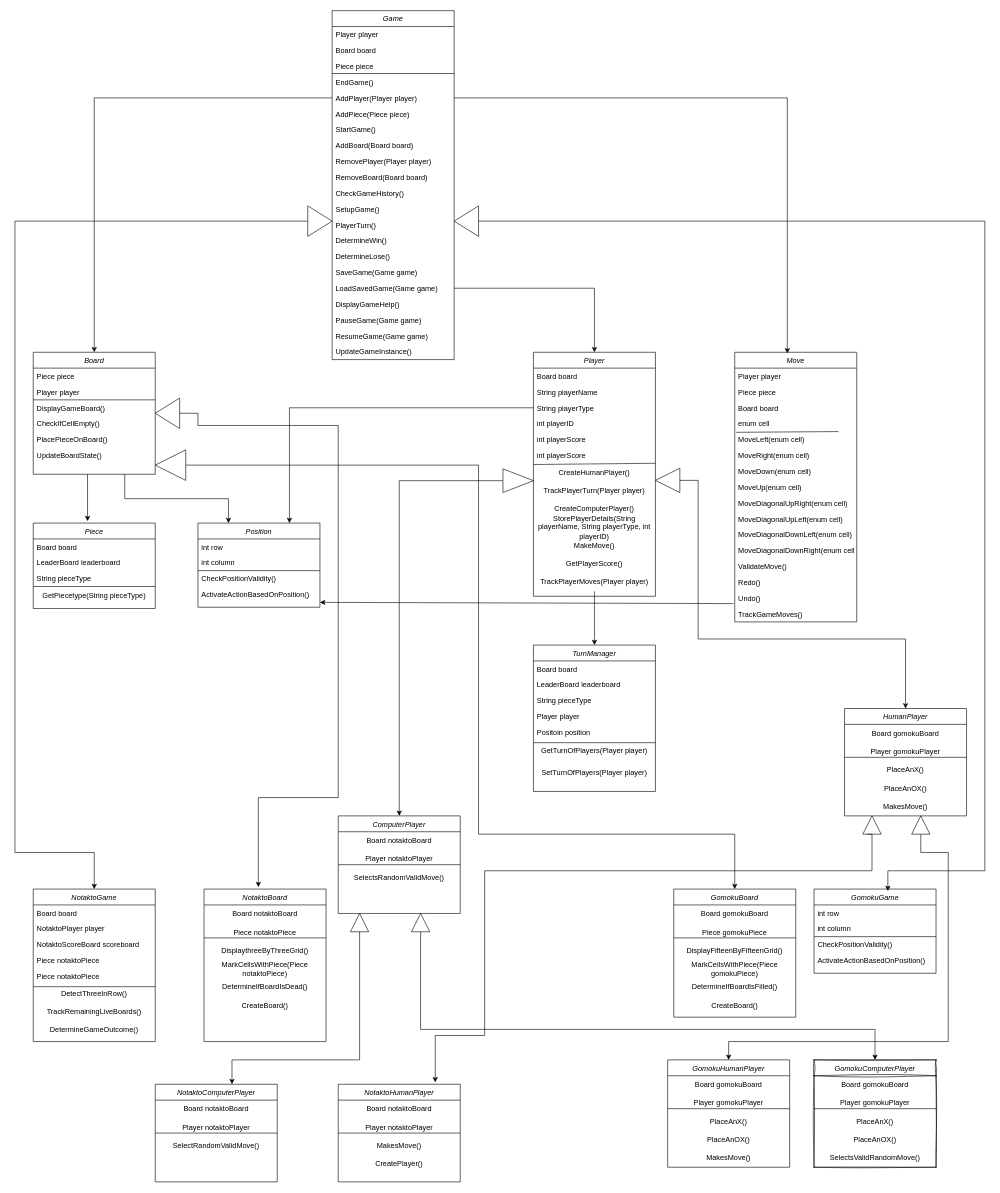
The draw.io diagram Class Diagram.drawio in Scott2020747/IFN563_Project, before the edit. Source tidied: cells renumbered, new cells numbered last; positions are measured from the earlier drawing's top-left corner, leaving out a move shared by most shapes. Both pictures are drawn from the tidied source at 61%, with x=0, y=0 at pixel (15, 10).
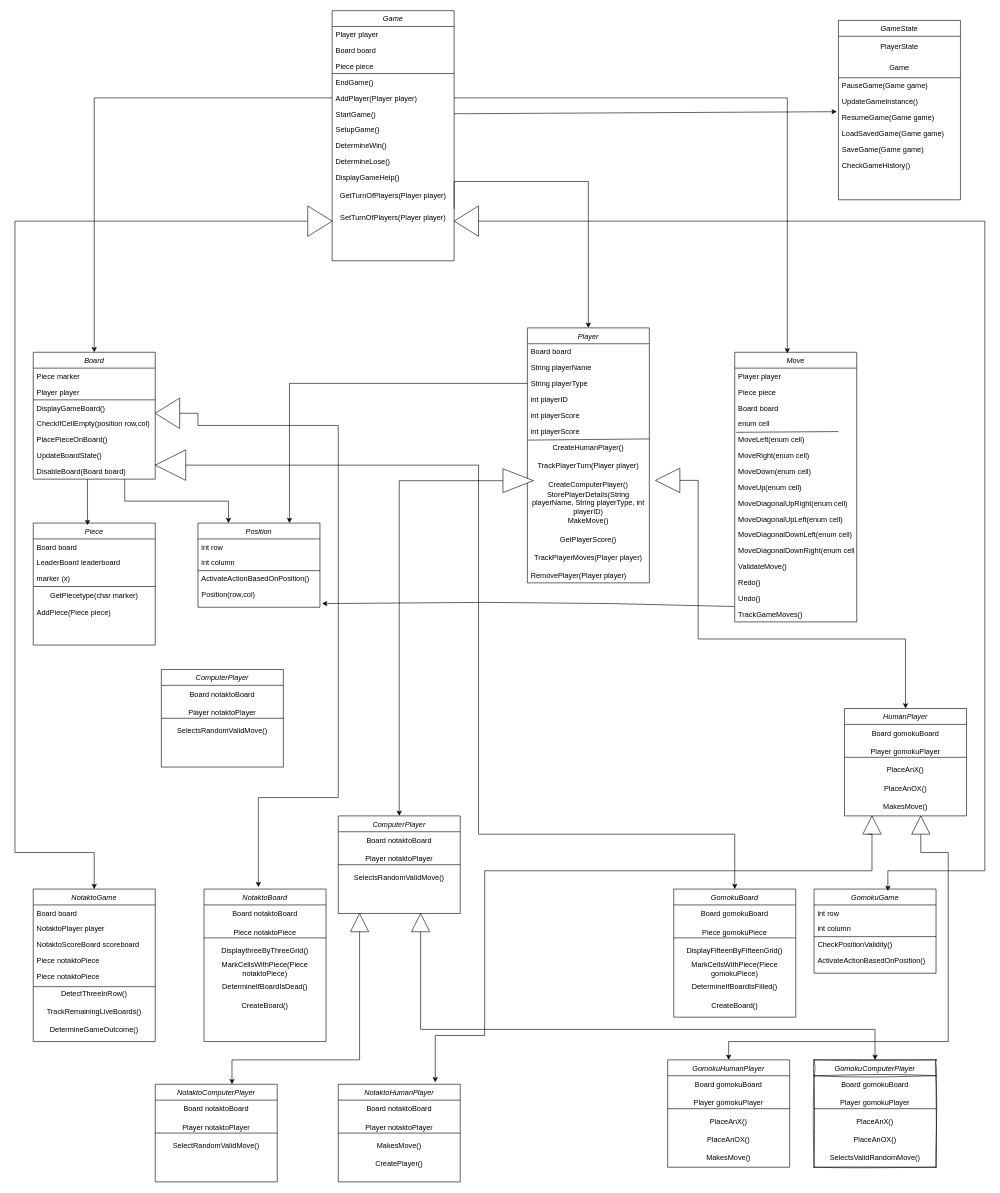
The same page after the edit.

Unchanged cells that the change refers to:
```xml
<mxCell id="39" value="TrackPlayerMoves(Player player)" style="text;html=1;align=center;verticalAlign=middle;whiteSpace=wrap;rounded=0;" parent="25" vertex="1">
  <mxGeometry y="362" width="200" height="30" as="geometry" />
</mxCell>
<mxCell id="70" value="Undo()" style="text;align=left;verticalAlign=top;spacingLeft=4;spacingRight=4;overflow=hidden;points=[[0,0.5],[1,0.5]];portConstraint=eastwest;" parent="55" vertex="1">
  <mxGeometry y="390" width="200" height="26" as="geometry" />
</mxCell>
<mxCell id="71" value="TrackGameMoves()" style="text;align=left;verticalAlign=top;spacingLeft=4;spacingRight=4;overflow=hidden;points=[[0,0.5],[1,0.5]];portConstraint=eastwest;" parent="55" vertex="1">
  <mxGeometry y="416" width="200" height="26" as="geometry" />
</mxCell>
<mxCell id="82" value="Position" style="swimlane;fontStyle=2;align=center;verticalAlign=top;horizontal=1;startSize=26;rounded=0;shadow=0;strokeWidth=1;" parent="1" vertex="1">
  <mxGeometry x="300" y="840" width="200" height="138" as="geometry" />
</mxCell>
```

The edit, as a diff of the source:
```diff
@@
     <mxCell id="2" value="Game" style="swimlane;fontStyle=2;align=center;verticalAlign=top;horizontal=1;startSize=26;rounded=0;shadow=0;strokeWidth=1;" parent="1" vertex="1">
-      <mxGeometry x="520" width="200" height="572" as="geometry" />
+      <mxGeometry x="520" width="200" height="410" as="geometry" />
     </mxCell>
@@
-    <mxCell id="8" value="AddPiece(Piece piece)" style="text;align=left;verticalAlign=top;spacingLeft=4;spacingRight=4;overflow=hidden;" parent="2" vertex="1">
-      <mxGeometry y="156" width="200" height="26" as="geometry" />
-    </mxCell>
     <mxCell id="9" value="StartGame()" style="text;align=left;verticalAlign=top;spacingLeft=4;spacingRight=4;overflow=hidden;points=[[0,0.5],[1,0.5]];portConstraint=eastwest;" parent="2" vertex="1">
-      <mxGeometry y="182" width="200" height="26" as="geometry" />
+      <mxGeometry y="156" width="200" height="26" as="geometry" />
     </mxCell>
-    <mxCell id="10" value="AddBoard(Board board)" style="text;align=left;verticalAlign=top;spacingLeft=4;spacingRight=4;overflow=hidden;" parent="2" vertex="1">
-      <mxGeometry y="208" width="200" height="26" as="geometry" />
-    </mxCell>
-    <mxCell id="11" value="RemovePlayer(Player player)" style="text;align=left;verticalAlign=top;spacingLeft=4;spacingRight=4;overflow=hidden;" parent="2" vertex="1">
-      <mxGeometry y="234" width="200" height="26" as="geometry" />
-    </mxCell>
-    <mxCell id="12" value="RemoveBoard(Board board)" style="text;align=left;verticalAlign=top;spacingLeft=4;spacingRight=4;overflow=hidden;" parent="2" vertex="1">
-      <mxGeometry y="260" width="200" height="26" as="geometry" />
-    </mxCell>
-    <mxCell id="13" value="CheckGameHistory()" style="text;align=left;verticalAlign=top;spacingLeft=4;spacingRight=4;overflow=hidden;" parent="2" vertex="1">
-      <mxGeometry y="286" width="200" height="26" as="geometry" />
-    </mxCell>
     <mxCell id="14" value="SetupGame()" style="text;align=left;verticalAlign=top;spacingLeft=4;spacingRight=4;overflow=hidden;" parent="2" vertex="1">
-      <mxGeometry y="312" width="200" height="26" as="geometry" />
+      <mxGeometry y="182" width="200" height="26" as="geometry" />
     </mxCell>
-    <mxCell id="15" value="PlayerTurn()" style="text;align=left;verticalAlign=top;spacingLeft=4;spacingRight=4;overflow=hidden;" parent="2" vertex="1">
-      <mxGeometry y="338" width="200" height="26" as="geometry" />
-    </mxCell>
     <mxCell id="16" value="DetermineWin()" style="text;align=left;verticalAlign=top;spacingLeft=4;spacingRight=4;overflow=hidden;" parent="2" vertex="1">
-      <mxGeometry y="364" width="200" height="26" as="geometry" />
+      <mxGeometry y="208" width="200" height="26" as="geometry" />
     </mxCell>
     <mxCell id="17" value="DetermineLose()" style="text;align=left;verticalAlign=top;spacingLeft=4;spacingRight=4;overflow=hidden;" parent="2" vertex="1">
-      <mxGeometry y="390" width="200" height="26" as="geometry" />
+      <mxGeometry y="234" width="200" height="26" as="geometry" />
     </mxCell>
-    <mxCell id="18" value="SaveGame(Game game)" style="text;align=left;verticalAlign=top;spacingLeft=4;spacingRight=4;overflow=hidden;" parent="2" vertex="1">
-      <mxGeometry y="416" width="200" height="26" as="geometry" />
-    </mxCell>
-    <mxCell id="19" value="LoadSavedGame(Game game)" style="text;align=left;verticalAlign=top;spacingLeft=4;spacingRight=4;overflow=hidden;points=[[0,0.5],[1,0.5]];portConstraint=eastwest;" parent="2" vertex="1">
-      <mxGeometry y="442" width="200" height="26" as="geometry" />
-    </mxCell>
     <mxCell id="20" value="DisplayGameHelp()" style="text;align=left;verticalAlign=top;spacingLeft=4;spacingRight=4;overflow=hidden;" parent="2" vertex="1">
-      <mxGeometry y="468" width="200" height="26" as="geometry" />
+      <mxGeometry y="260" width="200" height="26" as="geometry" />
     </mxCell>
-    <mxCell id="21" value="PauseGame(Game game)" style="text;align=left;verticalAlign=top;spacingLeft=4;spacingRight=4;overflow=hidden;" parent="2" vertex="1">
-      <mxGeometry y="494" width="200" height="26" as="geometry" />
-    </mxCell>
-    <mxCell id="22" value="ResumeGame(Game game)" style="text;align=left;verticalAlign=top;spacingLeft=4;spacingRight=4;overflow=hidden;points=[[0,0.5],[1,0.5]];portConstraint=eastwest;" parent="2" vertex="1">
-      <mxGeometry y="520" width="200" height="26" as="geometry" />
-    </mxCell>
-    <mxCell id="23" value="UpdateGameInstance()" style="text;align=left;verticalAlign=top;spacingLeft=4;spacingRight=4;overflow=hidden;" parent="2" vertex="1">
-      <mxGeometry y="546" width="200" height="26" as="geometry" />
-    </mxCell>
+    <mxCell id="80" value="GetTurnOfPlayers(Player player)" style="text;html=1;align=center;verticalAlign=middle;whiteSpace=wrap;rounded=0;" parent="2" vertex="1">
+      <mxGeometry y="286" width="200" height="36" as="geometry" />
+    </mxCell>
+    <mxCell id="81" value="SetTurnOfPlayers(Player player)" style="text;html=1;align=center;verticalAlign=middle;whiteSpace=wrap;rounded=0;" parent="2" vertex="1">
+      <mxGeometry y="322" width="200" height="36" as="geometry" />
+    </mxCell>
@@
     <mxCell id="25" value="Player" style="swimlane;fontStyle=2;align=center;verticalAlign=top;horizontal=1;startSize=26;rounded=0;shadow=0;strokeWidth=1;" parent="1" vertex="1">
-      <mxGeometry x="850" y="560" width="200" height="400" as="geometry" />
+      <mxGeometry x="840" y="520" width="200" height="418" as="geometry" />
     </mxCell>
@@
+    <mxCell id="11" value="RemovePlayer(Player player)" style="text;align=left;verticalAlign=top;spacingLeft=4;spacingRight=4;overflow=hidden;" parent="25" vertex="1">
+      <mxGeometry y="392" width="200" height="26" as="geometry" />
+    </mxCell>
@@
     <mxCell id="41" value="Board" style="swimlane;fontStyle=2;align=center;verticalAlign=top;horizontal=1;startSize=26;rounded=0;shadow=0;strokeWidth=1;" parent="1" vertex="1">
-      <mxGeometry x="30" y="560" width="200" height="200" as="geometry" />
+      <mxGeometry x="30" y="560" width="200" height="208" as="geometry" />
     </mxCell>
-    <mxCell id="42" value="Piece piece" style="text;align=left;verticalAlign=top;spacingLeft=4;spacingRight=4;overflow=hidden;" parent="41" vertex="1">
+    <mxCell id="42" value="Piece marker" style="text;align=left;verticalAlign=top;spacingLeft=4;spacingRight=4;overflow=hidden;" parent="41" vertex="1">
       <mxGeometry y="26" width="200" height="26" as="geometry" />
     </mxCell>
@@
-    <mxCell id="46" value="CheckIfCellEmpty()" style="text;align=left;verticalAlign=top;spacingLeft=4;spacingRight=4;overflow=hidden;" parent="41" vertex="1">
+    <mxCell id="46" value="CheckIfCellEmpty(position row,col)" style="text;align=left;verticalAlign=top;spacingLeft=4;spacingRight=4;overflow=hidden;" parent="41" vertex="1">
       <mxGeometry y="104" width="200" height="26" as="geometry" />
     </mxCell>
@@
+    <mxCell id="12" value="DisableBoard(Board board)" style="text;align=left;verticalAlign=top;spacingLeft=4;spacingRight=4;overflow=hidden;" parent="41" vertex="1">
+      <mxGeometry y="182" width="200" height="26" as="geometry" />
+    </mxCell>
     <mxCell id="49" value="Piece" style="swimlane;fontStyle=2;align=center;verticalAlign=top;horizontal=1;startSize=26;rounded=0;shadow=0;strokeWidth=1;" parent="1" vertex="1">
-      <mxGeometry x="30" y="840" width="200" height="140" as="geometry" />
+      <mxGeometry x="30" y="840" width="200" height="200" as="geometry" />
     </mxCell>
@@
-    <mxCell id="52" value="String pieceType" style="text;align=left;verticalAlign=top;spacingLeft=4;spacingRight=4;overflow=hidden;" parent="49" vertex="1">
-      <mxGeometry y="78" width="200" height="26" as="geometry" />
-    </mxCell>
+    <mxCell id="184" value="marker (x)" style="text;align=left;verticalAlign=top;spacingLeft=4;spacingRight=4;overflow=hidden;" parent="49" vertex="1">
+      <mxGeometry y="78" width="200" height="26" as="geometry" />
+    </mxCell>
@@
-    <mxCell id="54" value="GetPiecetype(String pieceType)" style="text;html=1;align=center;verticalAlign=middle;whiteSpace=wrap;rounded=0;" parent="49" vertex="1">
+    <mxCell id="54" value="GetPiecetype(char marker)" style="text;html=1;align=center;verticalAlign=middle;whiteSpace=wrap;rounded=0;" parent="49" vertex="1">
       <mxGeometry y="104" width="200" height="30" as="geometry" />
     </mxCell>
+    <mxCell id="8" value="AddPiece(Piece piece)" style="text;align=left;verticalAlign=top;spacingLeft=4;spacingRight=4;overflow=hidden;" parent="49" vertex="1">
+      <mxGeometry y="134" width="200" height="26" as="geometry" />
+    </mxCell>
@@
-    <mxCell id="73" value="TurnManager" style="swimlane;fontStyle=2;align=center;verticalAlign=top;horizontal=1;startSize=26;rounded=0;shadow=0;strokeWidth=1;" parent="1" vertex="1">
-      <mxGeometry x="850" y="1040" width="200" height="240" as="geometry" />
-    </mxCell>
-    <mxCell id="74" value="Board board" style="text;align=left;verticalAlign=top;spacingLeft=4;spacingRight=4;overflow=hidden;" parent="73" vertex="1">
-      <mxGeometry y="26" width="200" height="26" as="geometry" />
-    </mxCell>
-    <mxCell id="75" value="LeaderBoard leaderboard" style="text;align=left;verticalAlign=top;spacingLeft=4;spacingRight=4;overflow=hidden;" parent="73" vertex="1">
-      <mxGeometry y="52" width="200" height="26" as="geometry" />
-    </mxCell>
-    <mxCell id="76" value="String pieceType" style="text;align=left;verticalAlign=top;spacingLeft=4;spacingRight=4;overflow=hidden;" parent="73" vertex="1">
-      <mxGeometry y="78" width="200" height="26" as="geometry" />
-    </mxCell>
-    <mxCell id="77" value="Player player" style="text;align=left;verticalAlign=top;spacingLeft=4;spacingRight=4;overflow=hidden;" parent="73" vertex="1">
-      <mxGeometry y="104" width="200" height="26" as="geometry" />
-    </mxCell>
-    <mxCell id="78" value="Positoin position" style="text;align=left;verticalAlign=top;spacingLeft=4;spacingRight=4;overflow=hidden;" parent="73" vertex="1">
-      <mxGeometry y="130" width="200" height="26" as="geometry" />
-    </mxCell>
-    <mxCell id="79" style="endArrow=none;html=1;rounded=0;" parent="73" edge="1">
-      <mxGeometry relative="1" as="geometry">
-        <mxPoint y="160" as="sourcePoint" />
-        <mxPoint x="200" y="160" as="targetPoint" />
-      </mxGeometry>
-    </mxCell>
-    <mxCell id="80" value="GetTurnOfPlayers(Player player)" style="text;html=1;align=center;verticalAlign=middle;whiteSpace=wrap;rounded=0;" parent="73" vertex="1">
-      <mxGeometry y="156" width="200" height="36" as="geometry" />
-    </mxCell>
-    <mxCell id="81" value="SetTurnOfPlayers(Player player)" style="text;html=1;align=center;verticalAlign=middle;whiteSpace=wrap;rounded=0;" parent="73" vertex="1">
-      <mxGeometry y="192" width="200" height="36" as="geometry" />
-    </mxCell>
@@
-    <mxCell id="86" value="CheckPositionValidity()" style="text;align=left;verticalAlign=top;spacingLeft=4;spacingRight=4;overflow=hidden;" parent="82" vertex="1">
-      <mxGeometry y="78" width="200" height="26" as="geometry" />
-    </mxCell>
     <mxCell id="87" value="ActivateActionBasedOnPosition()" style="text;align=left;verticalAlign=top;spacingLeft=4;spacingRight=4;overflow=hidden;" parent="82" vertex="1">
-      <mxGeometry y="104" width="200" height="26" as="geometry" />
+      <mxGeometry y="78" width="200" height="26" as="geometry" />
     </mxCell>
+    <mxCell id="185" value="Position(row,col)" style="text;align=left;verticalAlign=top;spacingLeft=4;spacingRight=4;overflow=hidden;points=[[0,0.5],[1,0.5]];portConstraint=eastwest;" parent="82" vertex="1">
+      <mxGeometry y="104" width="200" height="26" as="geometry" />
+    </mxCell>
@@
-    <mxCell id="142" style="endArrow=classic;html=1;rounded=0;entryX=0.445;entryY=-0.023;entryDx=0;entryDy=0;entryPerimeter=0;" parent="1" edge="1" target="49">
+    <mxCell id="142" style="endArrow=classic;html=1;rounded=0;entryX=0.445;entryY=-0.023;entryDx=0;entryDy=0;entryPerimeter=0;" parent="1" edge="1">
       <mxGeometry relative="1" as="geometry">
-        <mxPoint x="119" y="760" as="sourcePoint" />
+        <mxPoint x="119" y="768" as="sourcePoint" />
+        <mxPoint x="119" y="843.4" as="targetPoint" />
       </mxGeometry>
     </mxCell>
-    <mxCell id="143" style="endArrow=classic;html=1;rounded=0;exitX=-0.011;exitY=0.846;exitDx=0;exitDy=0;exitPerimeter=0;" parent="1" edge="1" source="70">
+    <mxCell id="143" style="endArrow=classic;html=1;rounded=0;entryX=1.017;entryY=1.077;entryDx=0;entryDy=0;entryPerimeter=0;exitX=-0.003;exitY=0.031;exitDx=0;exitDy=0;exitPerimeter=0;" parent="1" edge="1" source="71" target="185">
       <mxGeometry relative="1" as="geometry">
-        <mxPoint x="500" y="970" as="targetPoint" />
+        <Array as="points">
+          <mxPoint x="980" y="972" />
+          <mxPoint x="770" y="970" />
+        </Array>
       </mxGeometry>
     </mxCell>
-    <mxCell id="144" style="endArrow=classic;html=1;rounded=0;entryX=0.5;entryY=0;entryDx=0;entryDy=0;exitX=0.5;exitY=1;exitDx=0;exitDy=0;" parent="1" edge="1" source="39" target="73">
-      <mxGeometry relative="1" as="geometry" />
-    </mxCell>
@@
-    <mxCell id="179" style="edgeStyle=orthogonalEdgeStyle;rounded=0;jettySize=auto;html=1;exitX=1;exitY=0.5;exitDx=0;exitDy=0;entryX=0.5;entryY=0;entryDx=0;entryDy=0;" parent="1" edge="1" source="19" target="25">
-      <mxGeometry relative="1" as="geometry" />
+    <mxCell id="179" style="edgeStyle=orthogonalEdgeStyle;rounded=0;jettySize=auto;html=1;exitX=1;exitY=0.5;exitDx=0;exitDy=0;entryX=0.5;entryY=0;entryDx=0;entryDy=0;" parent="1" edge="1" target="25">
+      <mxGeometry relative="1" as="geometry">
+        <mxPoint x="720" y="325" as="sourcePoint" />
+        <Array as="points">
+          <mxPoint x="720" y="280" />
+          <mxPoint x="940" y="280" />
+        </Array>
+      </mxGeometry>
     </mxCell>
@@
+    <mxCell id="186" value="ComputerPlayer" style="swimlane;fontStyle=2;align=center;verticalAlign=top;horizontal=1;startSize=26;rounded=0;shadow=0;strokeWidth=1;" parent="1" vertex="1">
+      <mxGeometry x="240" y="1080" width="200" height="160" as="geometry" />
+    </mxCell>
+    <mxCell id="187" value="Board notaktoBoard" style="text;html=1;align=center;verticalAlign=middle;whiteSpace=wrap;rounded=0;" parent="186" vertex="1">
+      <mxGeometry y="26" width="200" height="30" as="geometry" />
+    </mxCell>
+    <mxCell id="188" value="Player notaktoPlayer" style="text;html=1;align=center;verticalAlign=middle;whiteSpace=wrap;rounded=0;" parent="186" vertex="1">
+      <mxGeometry y="56" width="200" height="30" as="geometry" />
+    </mxCell>
+    <mxCell id="189" style="endArrow=none;html=1;rounded=0;" parent="186" edge="1">
+      <mxGeometry relative="1" as="geometry">
+        <mxPoint y="80" as="sourcePoint" />
+        <mxPoint x="200" y="80" as="targetPoint" />
+      </mxGeometry>
+    </mxCell>
+    <mxCell id="190" value="SelectsRandomValidMove()" style="text;html=1;align=center;verticalAlign=middle;whiteSpace=wrap;rounded=0;" parent="186" vertex="1">
+      <mxGeometry y="86" width="200" height="30" as="geometry" />
+    </mxCell>
+    <mxCell id="191" value="GameState" style="swimlane;fontStyle=2;align=center;verticalAlign=top;horizontal=1;startSize=26;rounded=0;shadow=0;strokeWidth=1;" parent="1" vertex="1">
+      <mxGeometry x="1350" y="16" width="200" height="294" as="geometry" />
+    </mxCell>
+    <mxCell id="192" value="PlayerState" style="text;html=1;align=center;verticalAlign=middle;whiteSpace=wrap;rounded=0;" parent="191" vertex="1">
+      <mxGeometry y="26" width="200" height="34" as="geometry" />
+    </mxCell>
+    <mxCell id="193" value="Game" style="text;html=1;align=center;verticalAlign=middle;whiteSpace=wrap;rounded=0;" parent="191" vertex="1">
+      <mxGeometry y="60" width="200" height="34" as="geometry" />
+    </mxCell>
+    <mxCell id="194" style="endArrow=none;html=1;rounded=0;" parent="191" edge="1">
+      <mxGeometry relative="1" as="geometry">
+        <mxPoint y="94" as="sourcePoint" />
+        <mxPoint x="200" y="94" as="targetPoint" />
+      </mxGeometry>
+    </mxCell>
+    <mxCell id="21" value="PauseGame(Game game)" style="text;align=left;verticalAlign=top;spacingLeft=4;spacingRight=4;overflow=hidden;" parent="191" vertex="1">
+      <mxGeometry y="94" width="200" height="26" as="geometry" />
+    </mxCell>
+    <mxCell id="23" value="UpdateGameInstance()" style="text;align=left;verticalAlign=top;spacingLeft=4;spacingRight=4;overflow=hidden;" parent="191" vertex="1">
+      <mxGeometry y="120" width="200" height="26" as="geometry" />
+    </mxCell>
+    <mxCell id="22" value="ResumeGame(Game game)" style="text;align=left;verticalAlign=top;spacingLeft=4;spacingRight=4;overflow=hidden;points=[[0,0.5],[1,0.5]];portConstraint=eastwest;" parent="191" vertex="1">
+      <mxGeometry y="146" width="200" height="26" as="geometry" />
+    </mxCell>
+    <mxCell id="19" value="LoadSavedGame(Game game)" style="text;align=left;verticalAlign=top;spacingLeft=4;spacingRight=4;overflow=hidden;points=[[0,0.5],[1,0.5]];portConstraint=eastwest;" parent="191" vertex="1">
+      <mxGeometry y="172" width="200" height="26" as="geometry" />
+    </mxCell>
+    <mxCell id="18" value="SaveGame(Game game)" style="text;align=left;verticalAlign=top;spacingLeft=4;spacingRight=4;overflow=hidden;" parent="191" vertex="1">
+      <mxGeometry y="198" width="200" height="26" as="geometry" />
+    </mxCell>
+    <mxCell id="13" value="CheckGameHistory()" style="text;align=left;verticalAlign=top;spacingLeft=4;spacingRight=4;overflow=hidden;" parent="191" vertex="1">
+      <mxGeometry y="224" width="200" height="26" as="geometry" />
+    </mxCell>
+    <mxCell id="195" style="endArrow=classic;html=1;rounded=0;entryX=-0.013;entryY=0.138;entryDx=0;entryDy=0;entryPerimeter=0;exitX=1;exitY=0.5;exitDx=0;exitDy=0;" parent="1" edge="1" source="9" target="22">
+      <mxGeometry relative="1" as="geometry" />
+    </mxCell>
```
